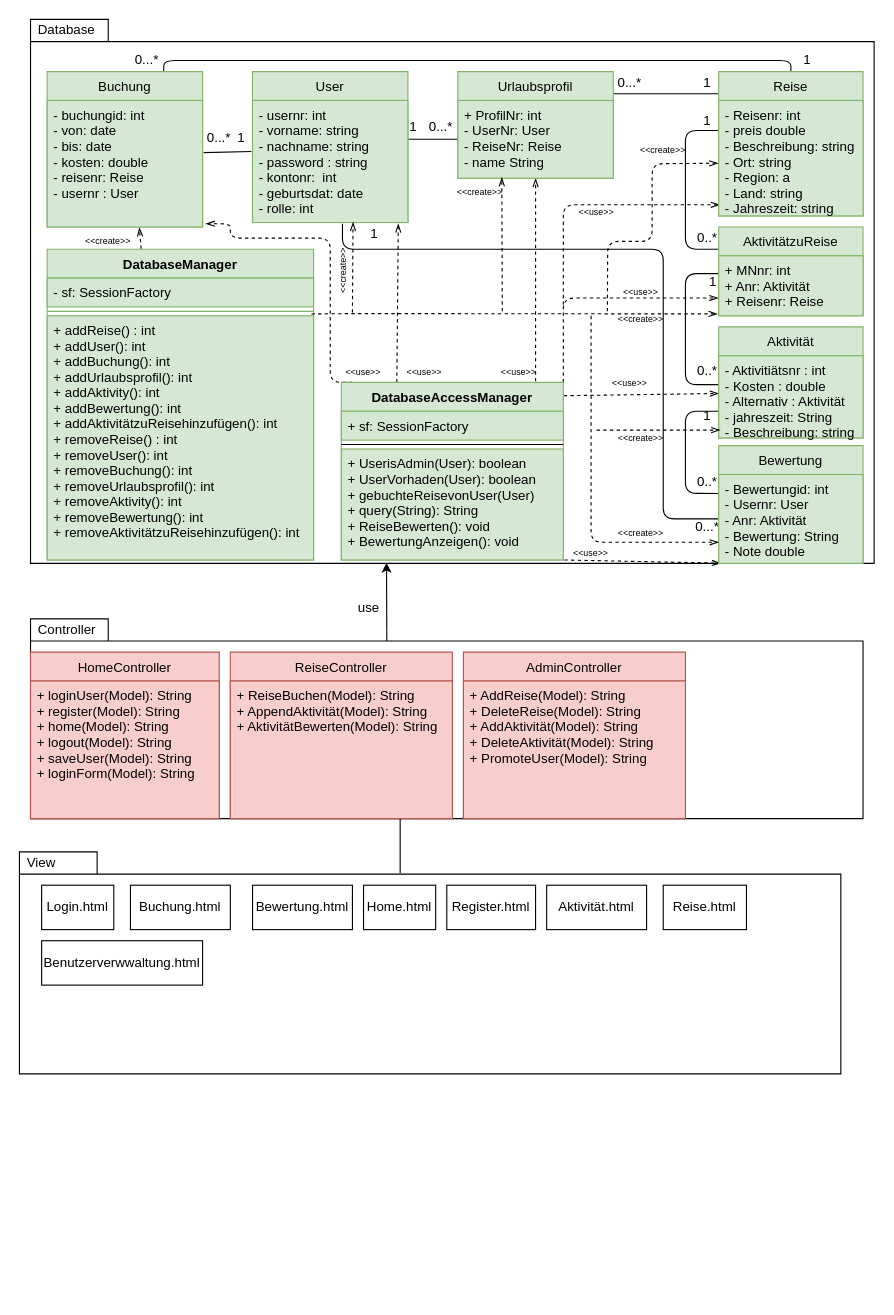
This is Praktikum3/OOD.drawio from DingFing/TravelProject, a draw.io file, before an edit. Source tidied: cells renumbered, new cells numbered last; positions are measured from the earlier drawing's top-left corner, leaving out a move shared by most shapes. Both pictures are drawn from the tidied source at 111%, with x=0, y=0 at pixel (19, 19).
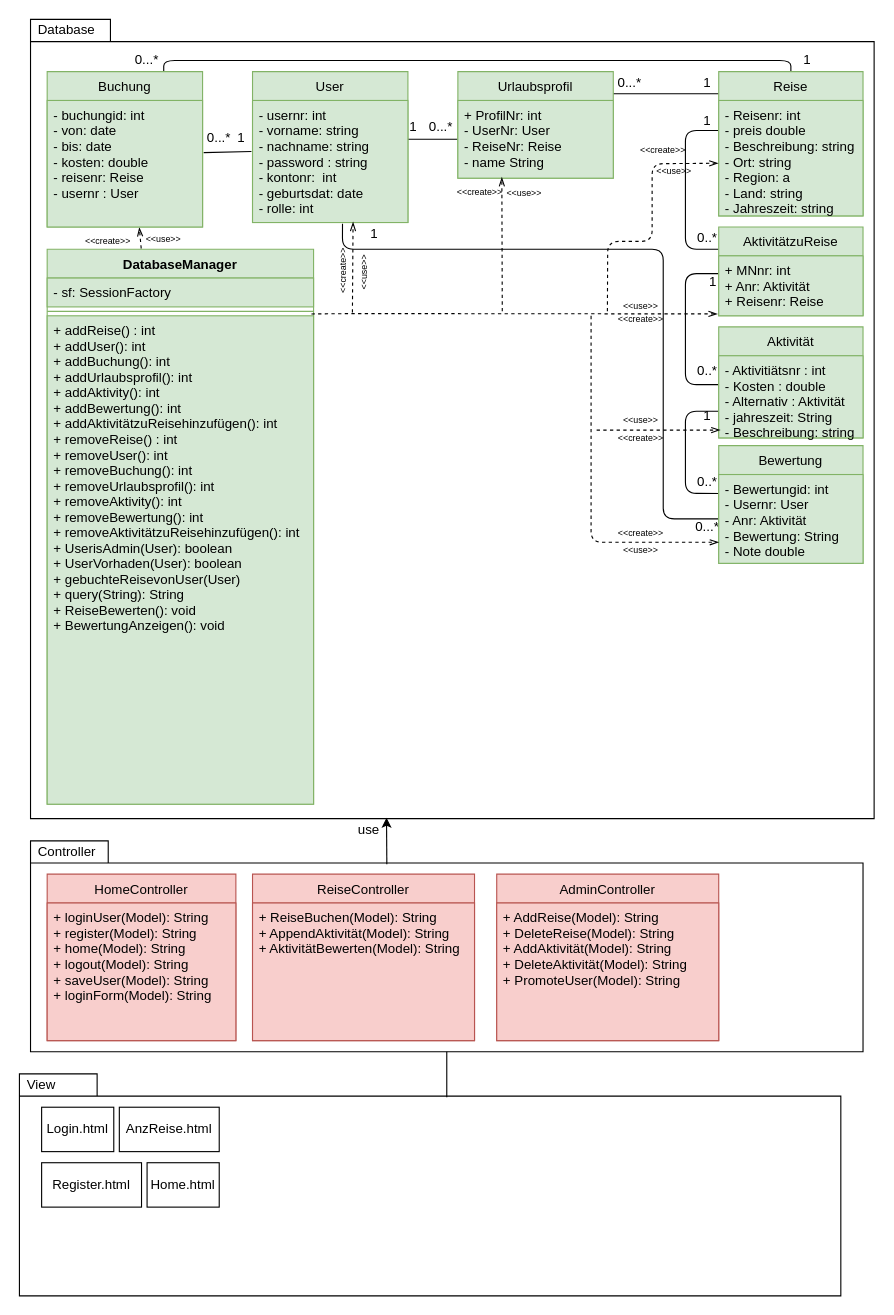
After the change.

Unchanged cells that the change refers to:
```xml
<mxCell id="44" value="- Bewertungid: int&#10;- Usernr: User&#10;- Anr: Aktivität&#10;- Bewertung: String&#10;- Note double" style="text;strokeColor=#82b366;fillColor=#d5e8d4;align=left;verticalAlign=top;spacingLeft=4;spacingRight=4;overflow=hidden;points=[[0,0.5],[1,0.5]];portConstraint=eastwest;" parent="43" vertex="1">
  <mxGeometry y="26" width="130" height="80" as="geometry" />
</mxCell>
<mxCell id="45" value="Urlaubsprofil" style="swimlane;fontStyle=0;horizontal=1;startSize=26;fillColor=#d5e8d4;strokeColor=#82b366;" parent="1" vertex="1">
  <mxGeometry x="395" y="47" width="140" height="96" as="geometry" />
</mxCell>
<mxCell id="48" value="- buchungid: int&#10;- von: date&#10;- bis: date&#10;- kosten: double&#10;- reisenr: Reise&#10;- usernr : User" style="text;strokeColor=#82b366;fillColor=#d5e8d4;align=left;verticalAlign=top;spacingLeft=4;spacingRight=4;overflow=hidden;points=[[0,0.5],[1,0.5]];portConstraint=eastwest;" parent="47" vertex="1">
  <mxGeometry y="26" width="140" height="114" as="geometry" />
</mxCell>
<mxCell id="50" value="- usernr: int&#10;- vorname: string&#10;- nachname: string&#10;- password : string&#10;- kontonr:  int&#10;- geburtsdat: date&#10;- rolle: int" style="text;strokeColor=#82b366;fillColor=#d5e8d4;align=left;verticalAlign=top;spacingLeft=4;spacingRight=4;overflow=hidden;points=[[0,0.5],[1,0.5]];portConstraint=eastwest;" parent="49" vertex="1">
  <mxGeometry y="26" width="140" height="110" as="geometry" />
</mxCell>
```

Change to the diagram source:
```diff
@@
     <mxCell id="2" value="Controller" style="shape=folder;xSize=90;align=left;spacingLeft=10;align=left;verticalAlign=top;spacingLeft=5;spacingTop=-4;tabWidth=70;tabHeight=20;tabPosition=left;html=1;strokeWidth=1;" parent="1" vertex="1">
-      <mxGeometry x="10" y="540" width="750" height="180" as="geometry" />
+      <mxGeometry x="10" y="740" width="750" height="190" as="geometry" />
     </mxCell>
     <mxCell id="3" value="Database" style="shape=folder;xSize=90;align=left;spacingLeft=10;align=left;verticalAlign=top;spacingLeft=5;spacingTop=-4;tabWidth=70;tabHeight=20;tabPosition=left;html=1;strokeWidth=1;" parent="1" vertex="1">
-      <mxGeometry x="10" width="760" height="490" as="geometry" />
+      <mxGeometry x="10" width="760" height="720" as="geometry" />
     </mxCell>
@@
-    <mxCell id="28" style="endArrow=openThin;dashed=1;html=1;entryX=0.015;entryY=0.998;entryDx=0;entryDy=0;entryPerimeter=0;endFill=0;" parent="1" edge="1" target="44">
-      <mxGeometry relative="1" as="geometry">
-        <mxPoint x="491" y="487" as="sourcePoint" />
-      </mxGeometry>
-    </mxCell>
-    <mxCell id="29" style="endArrow=openThin;dashed=1;html=1;endFill=0;exitX=1.002;exitY=0.075;exitDx=0;exitDy=0;exitPerimeter=0;" parent="1" edge="1" source="55">
-      <mxGeometry relative="1" as="geometry">
-        <mxPoint x="630" y="337" as="targetPoint" />
-      </mxGeometry>
-    </mxCell>
-    <mxCell id="30" style="endArrow=openThin;dashed=1;html=1;endFill=0;entryX=0.5;entryY=1;entryDx=0;entryDy=0;" parent="1" edge="1" target="45">
-      <mxGeometry relative="1" as="geometry">
-        <mxPoint x="465" y="326" as="sourcePoint" />
-      </mxGeometry>
-    </mxCell>
-    <mxCell id="31" style="endArrow=openThin;dashed=1;html=1;endFill=0;exitX=1;exitY=0;exitDx=0;exitDy=0;" parent="1" edge="1" source="55">
-      <mxGeometry relative="1" as="geometry">
-        <mxPoint x="629.6" y="251" as="targetPoint" />
-        <Array as="points">
-          <mxPoint x="490" y="251" />
-        </Array>
-      </mxGeometry>
-    </mxCell>
-    <mxCell id="32" style="endArrow=none;dashed=1;html=1;endFill=0;startArrow=openThin;startFill=0;" parent="1" edge="1">
-      <mxGeometry relative="1" as="geometry">
-        <mxPoint x="631" y="167" as="sourcePoint" />
-        <mxPoint x="490" y="257" as="targetPoint" />
-        <Array as="points">
-          <mxPoint x="490" y="167" />
-        </Array>
-      </mxGeometry>
-    </mxCell>
-    <mxCell id="33" style="endArrow=openThin;dashed=1;html=1;entryX=0.938;entryY=1.009;entryDx=0;entryDy=0;entryPerimeter=0;exitX=0.25;exitY=0;exitDx=0;exitDy=0;startArrow=none;startFill=0;endFill=0;" parent="1" edge="1" source="55" target="50">
-      <mxGeometry relative="1" as="geometry" />
-    </mxCell>
-    <mxCell id="34" style="endArrow=openThin;dashed=1;html=1;entryX=1.021;entryY=0.974;entryDx=0;entryDy=0;entryPerimeter=0;exitX=0.05;exitY=0;exitDx=0;exitDy=0;exitPerimeter=0;endFill=0;" parent="1" edge="1" source="55" target="48">
-      <mxGeometry relative="1" as="geometry">
-        <Array as="points">
-          <mxPoint x="280" y="327" />
-          <mxPoint x="280" y="307" />
-          <mxPoint x="280" y="227" />
-          <mxPoint x="280" y="197" />
-          <mxPoint x="190" y="197" />
-          <mxPoint x="190" y="184" />
-        </Array>
-      </mxGeometry>
-    </mxCell>
-    <mxCell id="35" value="&lt;font style=&quot;font-size: 8px&quot;&gt;&amp;lt;&amp;lt;use&amp;gt;&amp;gt;&lt;/font&gt;" style="text;html=1;strokeColor=none;fillColor=none;align=center;verticalAlign=middle;whiteSpace=wrap;rounded=0;" parent="1" vertex="1">
-      <mxGeometry x="290" y="307" width="40" height="20" as="geometry" />
-    </mxCell>
@@
     <mxCell id="51" value="DatabaseManager" style="swimlane;fontStyle=1;align=center;verticalAlign=top;horizontal=1;startSize=26;fillColor=#d5e8d4;strokeColor=#82b366;" parent="1" vertex="1">
-      <mxGeometry x="25" y="207" width="240" height="280" as="geometry" />
+      <mxGeometry x="25" y="207" width="240" height="500" as="geometry" />
     </mxCell>
@@
-    <mxCell id="54" value="+ addReise() : int&#10;+ addUser(): int&#10;+ addBuchung(): int&#10;+ addUrlaubsprofil(): int&#10;+ addAktivity(): int&#10;+ addBewertung(): int&#10;+ addAktivitätzuReisehinzufügen(): int&#10;+ removeReise() : int&#10;+ removeUser(): int&#10;+ removeBuchung(): int&#10;+ removeUrlaubsprofil(): int&#10;+ removeAktivity(): int&#10;+ removeBewertung(): int&#10;+ removeAktivitätzuReisehinzufügen(): int" style="text;strokeColor=#82b366;fillColor=#d5e8d4;align=left;verticalAlign=top;spacingLeft=4;spacingRight=4;overflow=hidden;" parent="51" vertex="1">
-      <mxGeometry y="60" width="240" height="220" as="geometry" />
+    <mxCell id="54" value="+ addReise() : int&#10;+ addUser(): int&#10;+ addBuchung(): int&#10;+ addUrlaubsprofil(): int&#10;+ addAktivity(): int&#10;+ addBewertung(): int&#10;+ addAktivitätzuReisehinzufügen(): int&#10;+ removeReise() : int&#10;+ removeUser(): int&#10;+ removeBuchung(): int&#10;+ removeUrlaubsprofil(): int&#10;+ removeAktivity(): int&#10;+ removeBewertung(): int&#10;+ removeAktivitätzuReisehinzufügen(): int&#10;+ UserisAdmin(User): boolean&#10;+ UserVorhaden(User): boolean&#10;+ gebuchteReisevonUser(User)&#10;+ query(String): String&#10;+ ReiseBewerten(): void&#10;+ BewertungAnzeigen(): void&#10;" style="text;strokeColor=#82b366;fillColor=#d5e8d4;align=left;verticalAlign=top;spacingLeft=4;spacingRight=4;overflow=hidden;" parent="51" vertex="1">
+      <mxGeometry y="60" width="240" height="440" as="geometry" />
     </mxCell>
-    <mxCell id="55" value="DatabaseAccessManager" style="swimlane;fontStyle=1;align=center;verticalAlign=top;horizontal=1;startSize=26;fontSize=12;fillColor=#d5e8d4;strokeColor=#82b366;" parent="1" vertex="1">
-      <mxGeometry x="290" y="327" width="200" height="160" as="geometry" />
-    </mxCell>
-    <mxCell id="56" value="+ sf: SessionFactory" style="text;strokeColor=#82b366;fillColor=#d5e8d4;align=left;verticalAlign=top;spacingLeft=4;spacingRight=4;overflow=hidden;" parent="55" vertex="1">
-      <mxGeometry y="26" width="200" height="26" as="geometry" />
-    </mxCell>
-    <mxCell id="57" style="line;strokeWidth=1;fillColor=none;align=left;verticalAlign=middle;spacingTop=-1;spacingLeft=3;spacingRight=3;labelPosition=right;" parent="55" vertex="1">
-      <mxGeometry y="52" width="200" height="8" as="geometry" />
-    </mxCell>
-    <mxCell id="58" value="+ UserisAdmin(User): boolean&#10;+ UserVorhaden(User): boolean&#10;+ gebuchteReisevonUser(User)&#10;+ query(String): String&#10;+ ReiseBewerten(): void&#10;+ BewertungAnzeigen(): void&#10;" style="text;strokeColor=#82b366;fillColor=#d5e8d4;align=left;verticalAlign=top;spacingLeft=4;spacingRight=4;overflow=hidden;" parent="55" vertex="1">
-      <mxGeometry y="60" width="200" height="100" as="geometry" />
-    </mxCell>
@@
-    <mxCell id="60" value="&lt;font style=&quot;font-size: 8px&quot;&gt;&amp;lt;&amp;lt;use&amp;gt;&amp;gt;&lt;/font&gt;" style="text;html=1;strokeColor=none;fillColor=none;align=center;verticalAlign=middle;whiteSpace=wrap;rounded=0;" parent="1" vertex="1">
-      <mxGeometry x="345" y="307" width="40" height="20" as="geometry" />
-    </mxCell>
-    <mxCell id="61" value="&lt;font style=&quot;font-size: 8px&quot;&gt;&amp;lt;&amp;lt;use&amp;gt;&amp;gt;&lt;/font&gt;" style="text;html=1;strokeColor=none;fillColor=none;align=center;verticalAlign=middle;whiteSpace=wrap;rounded=0;" parent="1" vertex="1">
-      <mxGeometry x="540" y="235" width="40" height="20" as="geometry" />
-    </mxCell>
-    <mxCell id="62" value="&lt;font style=&quot;font-size: 8px&quot;&gt;&amp;lt;&amp;lt;use&amp;gt;&amp;gt;&lt;/font&gt;" style="text;html=1;strokeColor=none;fillColor=none;align=center;verticalAlign=middle;whiteSpace=wrap;rounded=0;" parent="1" vertex="1">
-      <mxGeometry x="530" y="317" width="40" height="20" as="geometry" />
-    </mxCell>
     <mxCell id="63" value="&lt;font style=&quot;font-size: 8px&quot;&gt;&amp;lt;&amp;lt;use&amp;gt;&amp;gt;&lt;/font&gt;" style="text;html=1;strokeColor=none;fillColor=none;align=center;verticalAlign=middle;whiteSpace=wrap;rounded=0;" parent="1" vertex="1">
-      <mxGeometry x="495" y="470" width="40" height="20" as="geometry" />
+      <mxGeometry x="110" y="187" width="40" height="20" as="geometry" />
     </mxCell>
     <mxCell id="64" value="&lt;font style=&quot;font-size: 8px&quot;&gt;&amp;lt;&amp;lt;use&amp;gt;&amp;gt;&lt;/font&gt;" style="text;html=1;strokeColor=none;fillColor=none;align=center;verticalAlign=middle;whiteSpace=wrap;rounded=0;" parent="1" vertex="1">
-      <mxGeometry x="500" y="163" width="40" height="20" as="geometry" />
+      <mxGeometry x="540" y="247" width="40" height="20" as="geometry" />
     </mxCell>
@@
-    <mxCell id="72" value="&lt;font style=&quot;font-size: 8px&quot;&gt;&amp;lt;&amp;lt;use&amp;gt;&amp;gt;&lt;/font&gt;" style="text;html=1;strokeColor=none;fillColor=none;align=center;verticalAlign=middle;whiteSpace=wrap;rounded=0;" parent="1" vertex="1">
-      <mxGeometry x="430" y="307" width="40" height="20" as="geometry" />
-    </mxCell>
@@
-    <mxCell id="78" value="HomeController" style="swimlane;fontStyle=0;horizontal=1;startSize=26;fillColor=#f8cecc;strokeColor=#b85450;" parent="1" vertex="1">
-      <mxGeometry x="10" y="570" width="170" height="150" as="geometry" />
-    </mxCell>
-    <mxCell id="79" value="+ loginUser(Model): String&#10;+ register(Model): String&#10;+ home(Model): String&#10;+ logout(Model): String&#10;+ saveUser(Model): String&#10;+ loginForm(Model): String" style="text;strokeColor=#b85450;fillColor=#f8cecc;align=left;verticalAlign=top;spacingLeft=4;spacingRight=4;overflow=hidden;" parent="78" vertex="1">
-      <mxGeometry y="26" width="170" height="124" as="geometry" />
-    </mxCell>
-    <mxCell id="80" value="ReiseController" style="swimlane;fontStyle=0;horizontal=1;startSize=26;fillColor=#f8cecc;strokeColor=#b85450;" parent="1" vertex="1">
-      <mxGeometry x="190" y="570" width="200" height="150" as="geometry" />
-    </mxCell>
-    <mxCell id="81" value="+ ReiseBuchen(Model): String&#10;+ AppendAktivität(Model): String&#10;+ AktivitätBewerten(Model): String" style="text;strokeColor=#b85450;fillColor=#f8cecc;align=left;verticalAlign=top;spacingLeft=4;spacingRight=4;overflow=hidden;points=[[0,0.5],[1,0.5]];portConstraint=eastwest;" parent="80" vertex="1">
-      <mxGeometry y="26" width="200" height="124" as="geometry" />
-    </mxCell>
-    <mxCell id="82" value="AdminController" style="swimlane;fontStyle=0;horizontal=1;startSize=26;fillColor=#f8cecc;strokeColor=#b85450;" parent="1" vertex="1">
-      <mxGeometry x="400" y="570" width="200" height="150" as="geometry" />
-    </mxCell>
-    <mxCell id="83" value="+ AddReise(Model): String&#10;+ DeleteReise(Model): String&#10;+ AddAktivität(Model): String&#10;+ DeleteAktivität(Model): String&#10;+ PromoteUser(Model): String" style="text;strokeColor=#b85450;fillColor=#f8cecc;align=left;verticalAlign=top;spacingLeft=4;spacingRight=4;overflow=hidden;" parent="82" vertex="1">
-      <mxGeometry y="26" width="200" height="124" as="geometry" />
-    </mxCell>
@@
     <mxCell id="85" value="&lt;font style=&quot;font-size: 12px&quot;&gt;use&lt;/font&gt;" style="text;html=1;strokeColor=none;fillColor=none;align=center;verticalAlign=middle;whiteSpace=wrap;rounded=0;" parent="1" vertex="1">
-      <mxGeometry x="300" y="520" width="30" height="20" as="geometry" />
+      <mxGeometry x="300" y="720" width="30" height="20" as="geometry" />
     </mxCell>
     <mxCell id="86" value="View" style="shape=folder;xSize=90;align=left;spacingLeft=10;align=left;verticalAlign=top;spacingLeft=5;spacingTop=-4;tabWidth=70;tabHeight=20;tabPosition=left;html=1;strokeWidth=1;" parent="1" vertex="1">
-      <mxGeometry y="750" width="740" height="200" as="geometry" />
+      <mxGeometry y="950" width="740" height="200" as="geometry" />
     </mxCell>
-    <mxCell id="87" style="endArrow=none;html=1;entryX=0.765;entryY=1.003;entryDx=0;entryDy=0;entryPerimeter=0;" parent="1" edge="1" target="81">
+    <mxCell id="87" style="endArrow=none;html=1;entryX=0.5;entryY=1;entryDx=0;entryDy=0;entryPerimeter=0;" parent="1" edge="1" target="2">
       <mxGeometry relative="1" as="geometry">
-        <mxPoint x="343" y="769" as="sourcePoint" />
+        <mxPoint x="385" y="971" as="sourcePoint" />
       </mxGeometry>
     </mxCell>
     <mxCell id="88" value="Login.html" style="rounded=0;whiteSpace=wrap;html=1;" parent="1" vertex="1">
-      <mxGeometry x="20" y="780" width="65" height="40" as="geometry" />
+      <mxGeometry x="20" y="980" width="65" height="40" as="geometry" />
     </mxCell>
     <mxCell id="89" value="Home.html" style="rounded=0;whiteSpace=wrap;html=1;" parent="1" vertex="1">
-      <mxGeometry x="310" y="780" width="65" height="40" as="geometry" />
+      <mxGeometry x="115" y="1030" width="65" height="40" as="geometry" />
     </mxCell>
-    <mxCell id="90" value="Register.html" style="rounded=0;whiteSpace=wrap;html=1;" parent="1" vertex="1">
-      <mxGeometry x="385" y="780" width="80" height="40" as="geometry" />
-    </mxCell>
-    <mxCell id="91" value="Benutzerverwwaltung.html" style="rounded=0;whiteSpace=wrap;html=1;" parent="1" vertex="1">
-      <mxGeometry x="20" y="830" width="145" height="40" as="geometry" />
-    </mxCell>
-    <mxCell id="92" value="Reise.html" style="rounded=0;whiteSpace=wrap;html=1;" parent="1" vertex="1">
-      <mxGeometry x="580" y="780" width="75" height="40" as="geometry" />
-    </mxCell>
-    <mxCell id="93" value="Buchung.html" style="rounded=0;whiteSpace=wrap;html=1;" parent="1" vertex="1">
-      <mxGeometry x="100" y="780" width="90" height="40" as="geometry" />
+    <mxCell id="93" value="AnzReise.html" style="rounded=0;whiteSpace=wrap;html=1;" parent="1" vertex="1">
+      <mxGeometry x="90" y="980" width="90" height="40" as="geometry" />
     </mxCell>
-    <mxCell id="94" value="Bewertung.html" style="rounded=0;whiteSpace=wrap;html=1;" parent="1" vertex="1">
-      <mxGeometry x="210" y="780" width="90" height="40" as="geometry" />
+    <mxCell id="94" value="Register.html" style="rounded=0;whiteSpace=wrap;html=1;" parent="1" vertex="1">
+      <mxGeometry x="20" y="1030" width="90" height="40" as="geometry" />
     </mxCell>
-    <mxCell id="95" value="Aktivität.html" style="rounded=0;whiteSpace=wrap;html=1;" parent="1" vertex="1">
-      <mxGeometry x="475" y="780" width="90" height="40" as="geometry" />
-    </mxCell>
+    <mxCell id="96" value="&lt;font style=&quot;font-size: 8px&quot;&gt;&amp;lt;&amp;lt;use&amp;gt;&amp;gt;&lt;/font&gt;" style="text;html=1;strokeColor=none;fillColor=none;align=center;verticalAlign=middle;whiteSpace=wrap;rounded=0;rotation=-90;" parent="1" vertex="1">
+      <mxGeometry x="290" y="218" width="40" height="20" as="geometry" />
+    </mxCell>
+    <mxCell id="97" value="&lt;font style=&quot;font-size: 8px&quot;&gt;&amp;lt;&amp;lt;use&amp;gt;&amp;gt;&lt;/font&gt;" style="text;html=1;strokeColor=none;fillColor=none;align=center;verticalAlign=middle;whiteSpace=wrap;rounded=0;" parent="1" vertex="1">
+      <mxGeometry x="435" y="146" width="40" height="20" as="geometry" />
+    </mxCell>
+    <mxCell id="98" value="&lt;font style=&quot;font-size: 8px&quot;&gt;&amp;lt;&amp;lt;use&amp;gt;&amp;gt;&lt;/font&gt;" style="text;html=1;strokeColor=none;fillColor=none;align=center;verticalAlign=middle;whiteSpace=wrap;rounded=0;" parent="1" vertex="1">
+      <mxGeometry x="570" y="126" width="40" height="20" as="geometry" />
+    </mxCell>
+    <mxCell id="99" value="&lt;font style=&quot;font-size: 8px&quot;&gt;&amp;lt;&amp;lt;use&amp;gt;&amp;gt;&lt;/font&gt;" style="text;html=1;strokeColor=none;fillColor=none;align=center;verticalAlign=middle;whiteSpace=wrap;rounded=0;" parent="1" vertex="1">
+      <mxGeometry x="540" y="350" width="40" height="20" as="geometry" />
+    </mxCell>
+    <mxCell id="100" value="&lt;font style=&quot;font-size: 8px&quot;&gt;&amp;lt;&amp;lt;use&amp;gt;&amp;gt;&lt;/font&gt;" style="text;html=1;strokeColor=none;fillColor=none;align=center;verticalAlign=middle;whiteSpace=wrap;rounded=0;" parent="1" vertex="1">
+      <mxGeometry x="540" y="467" width="40" height="20" as="geometry" />
+    </mxCell>
+    <mxCell id="80" value="ReiseController" style="swimlane;fontStyle=0;horizontal=1;startSize=26;fillColor=#f8cecc;strokeColor=#b85450;" parent="1" vertex="1">
+      <mxGeometry x="210" y="770" width="200" height="150" as="geometry" />
+    </mxCell>
+    <mxCell id="81" value="+ ReiseBuchen(Model): String&#10;+ AppendAktivität(Model): String&#10;+ AktivitätBewerten(Model): String" style="text;strokeColor=#b85450;fillColor=#f8cecc;align=left;verticalAlign=top;spacingLeft=4;spacingRight=4;overflow=hidden;points=[[0,0.5],[1,0.5]];portConstraint=eastwest;" parent="80" vertex="1">
+      <mxGeometry y="26" width="200" height="124" as="geometry" />
+    </mxCell>
+    <mxCell id="78" value="HomeController" style="swimlane;fontStyle=0;horizontal=1;startSize=26;fillColor=#f8cecc;strokeColor=#b85450;" parent="1" vertex="1">
+      <mxGeometry x="25" y="770" width="170" height="150" as="geometry" />
+    </mxCell>
+    <mxCell id="79" value="+ loginUser(Model): String&#10;+ register(Model): String&#10;+ home(Model): String&#10;+ logout(Model): String&#10;+ saveUser(Model): String&#10;+ loginForm(Model): String" style="text;strokeColor=#b85450;fillColor=#f8cecc;align=left;verticalAlign=top;spacingLeft=4;spacingRight=4;overflow=hidden;" parent="78" vertex="1">
+      <mxGeometry y="26" width="170" height="124" as="geometry" />
+    </mxCell>
+    <mxCell id="82" value="AdminController" style="swimlane;fontStyle=0;horizontal=1;startSize=26;fillColor=#f8cecc;strokeColor=#b85450;" parent="1" vertex="1">
+      <mxGeometry x="430" y="770" width="200" height="150" as="geometry" />
+    </mxCell>
+    <mxCell id="83" value="+ AddReise(Model): String&#10;+ DeleteReise(Model): String&#10;+ AddAktivität(Model): String&#10;+ DeleteAktivität(Model): String&#10;+ PromoteUser(Model): String" style="text;strokeColor=#b85450;fillColor=#f8cecc;align=left;verticalAlign=top;spacingLeft=4;spacingRight=4;overflow=hidden;" parent="82" vertex="1">
+      <mxGeometry y="26" width="200" height="124" as="geometry" />
+    </mxCell>
```
